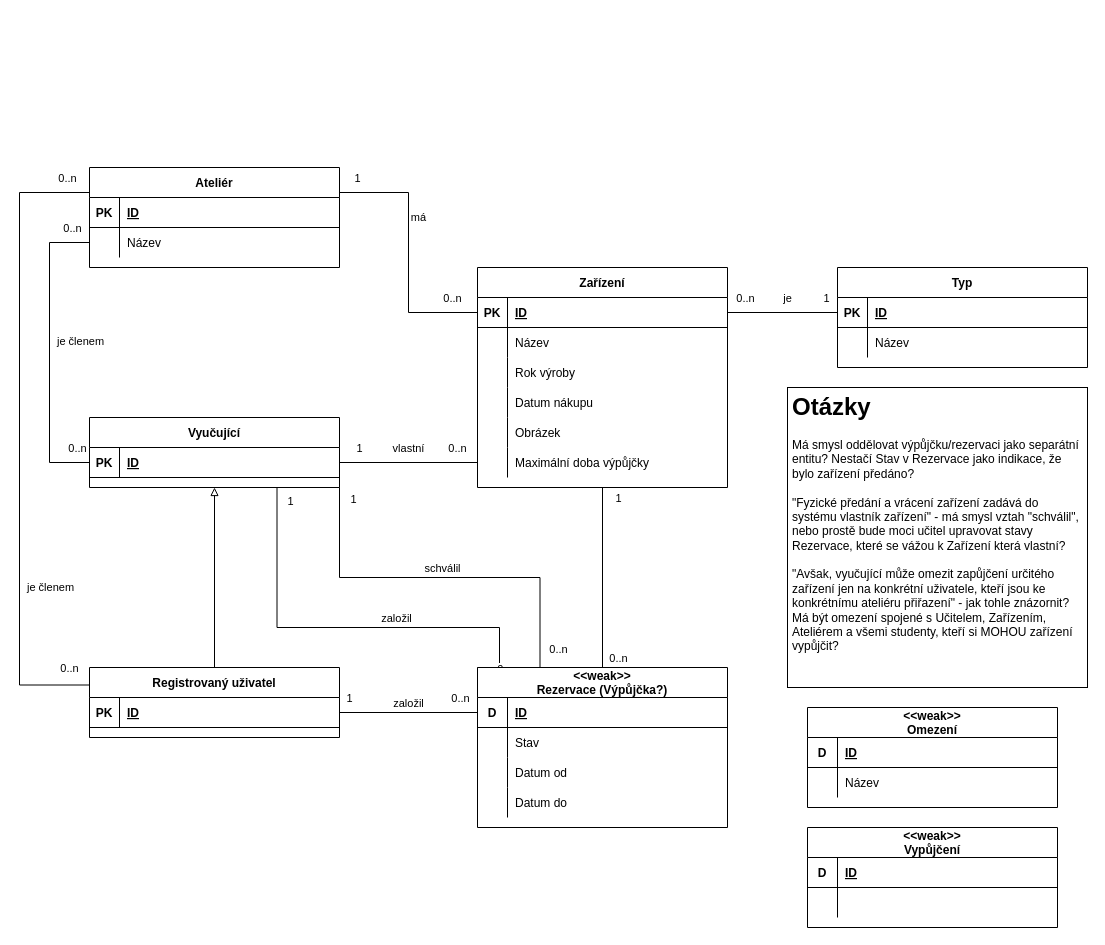
Before: ER.drawio in petr-plihal/is-for-art-school, a draw.io diagram. Source tidied: cells renumbered, new cells numbered last; positions are measured from the earlier drawing's top-left corner, leaving out a move shared by most shapes. Both pictures are drawn from the tidied source at 100%, with x=0, y=0 at pixel (19, 167).
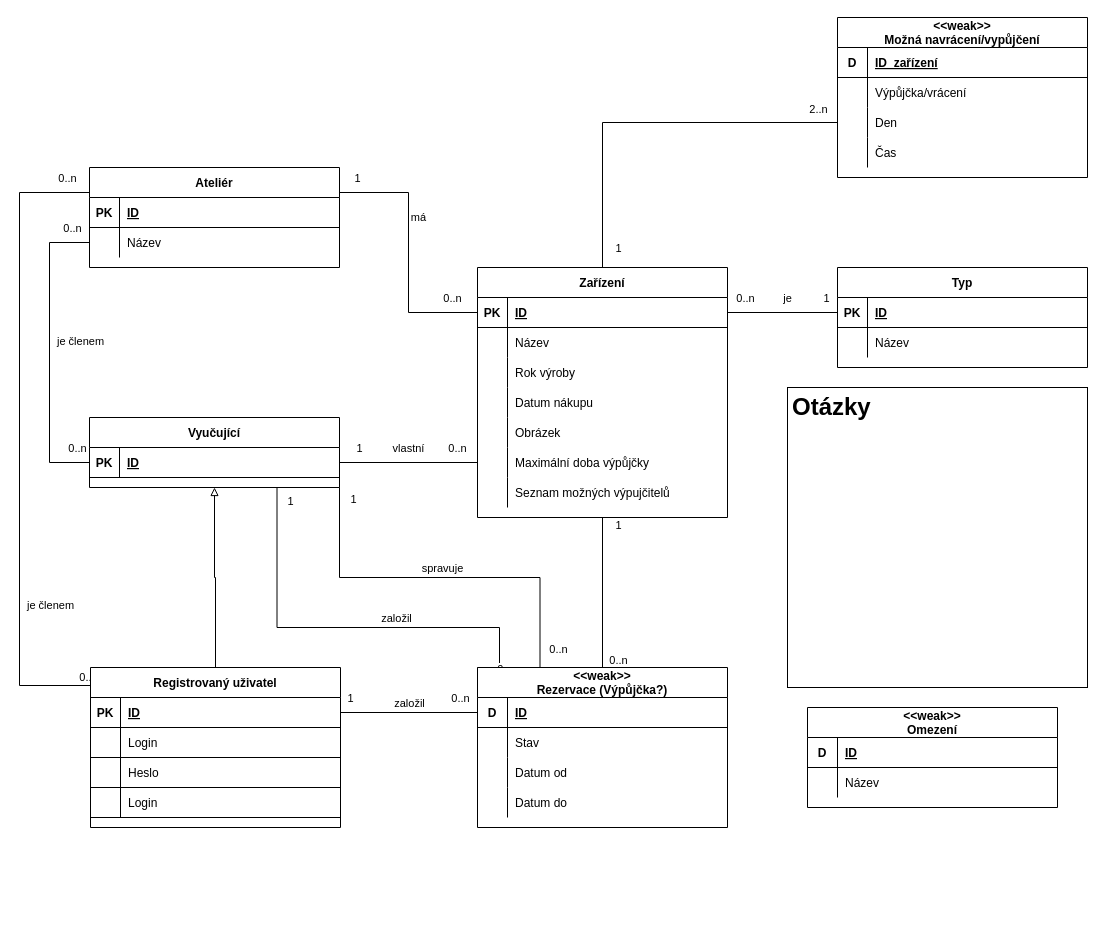
After the change.

The change refers to these unchanged cells:
```xml
<mxCell id="42" style="group;" parent="1" vertex="1">
  <mxGeometry x="768" y="220" width="300" height="300" as="geometry" />
</mxCell>
<mxCell id="65" style="edgeStyle=orthogonalEdgeStyle;rounded=0;jettySize=auto;html=1;exitX=1;exitY=1;exitDx=0;exitDy=0;entryX=0.25;entryY=0;entryDx=0;entryDy=0;strokeWidth=1;endArrow=none;endFill=0;" parent="1" edge="1" source="73" target="89">
  <mxGeometry relative="1" as="geometry" />
</mxCell>
```

Change to the diagram source:
```diff
@@
     <mxCell id="5" value="Zařízení" style="shape=table;startSize=30;childLayout=tableLayout;rowLines=0;fontStyle=1;align=center;" parent="1" vertex="1">
-      <mxGeometry x="458" y="100" width="250" height="220" as="geometry" />
+      <mxGeometry x="458" y="100" width="250" height="250" as="geometry" />
     </mxCell>
@@
+    <mxCell id="110" style="shape=partialRectangle;fillColor=none;top=0;left=0;right=0;bottom=0;" parent="5" vertex="1">
+      <mxGeometry y="210" width="250" height="30" as="geometry" />
+    </mxCell>
+    <mxCell id="111" style="shape=partialRectangle;overflow=hidden;fillColor=none;top=0;left=0;bottom=0;right=0;" parent="110" vertex="1">
+      <mxGeometry width="30" height="30" as="geometry" />
+    </mxCell>
+    <mxCell id="112" value="Seznam možných výpujčitelů" style="shape=partialRectangle;overflow=hidden;fillColor=none;top=0;left=0;bottom=0;right=0;align=left;spacingLeft=6;" parent="110" vertex="1">
+      <mxGeometry x="30" width="220" height="30" as="geometry" />
+    </mxCell>
@@
-    <mxCell id="44" value="&lt;h1&gt;Otázky&lt;/h1&gt;&lt;span style=&quot;text-align: center; background-color: rgb(255, 255, 255);&quot;&gt;Má smysl oddělovat výpůjčku/rezervaci jako separátní entitu? Nestačí Stav v Rezervace jako indikace, že bylo zařízení předáno?&lt;br&gt;&lt;br&gt;&quot;Fyzické předání a vrácení zařízení zadává do systému vlastník zařízení&quot; - má smysl vztah &quot;schválil&quot;, nebo prostě bude moci učitel upravovat stavy Rezervace, které se vážou k Zařízení která vlastní?&lt;br&gt;&lt;br&gt;&quot;Avšak, vyučující může omezit zapůjčení určitého zařízení jen na konkrétní uživatele, kteří jsou ke konkrétnímu ateliéru přiřazení&quot; - jak tohle znázornit? Má být omezení spojené s Učitelem, Zařízením, Ateliérem a všemi studenty, kteří si MOHOU zařízení vypůjčit?&lt;br&gt;&lt;/span&gt;" style="text;html=1;strokeColor=none;fillColor=none;spacing=5;spacingTop=-20;whiteSpace=wrap;overflow=hidden;rounded=0;" parent="42" vertex="1">
+    <mxCell id="44" value="&lt;h1&gt;Otázky&lt;/h1&gt;&lt;span style=&quot;text-align: center; background-color: rgb(255, 255, 255);&quot;&gt;&lt;br&gt;&lt;/span&gt;" style="text;html=1;strokeColor=none;fillColor=none;spacing=5;spacingTop=-20;whiteSpace=wrap;overflow=hidden;rounded=0;" parent="42" vertex="1">
       <mxGeometry width="300" height="300" as="geometry" />
     </mxCell>
-    <mxCell id="45" value="&lt;&lt;weak&gt;&gt;&#10;Vypůjčení" style="shape=table;startSize=30;childLayout=tableLayout;rowLines=0;fontStyle=1;align=center;" parent="1" vertex="1">
-      <mxGeometry x="788" y="660" width="250" height="100" as="geometry" />
-    </mxCell>
-    <mxCell id="46" style="shape=partialRectangle;fillColor=none;top=0;left=0;right=0;bottom=1;" parent="45" vertex="1">
-      <mxGeometry y="30" width="250" height="30" as="geometry" />
-    </mxCell>
-    <mxCell id="47" value="D" style="shape=partialRectangle;overflow=hidden;fillColor=none;top=0;left=0;bottom=0;right=0;fontStyle=1;" parent="46" vertex="1">
-      <mxGeometry width="30" height="30" as="geometry" />
-    </mxCell>
-    <mxCell id="48" value="ID" style="shape=partialRectangle;overflow=hidden;fillColor=none;top=0;left=0;bottom=0;right=0;align=left;spacingLeft=6;fontStyle=5;" parent="46" vertex="1">
-      <mxGeometry x="30" width="220" height="30" as="geometry" />
-    </mxCell>
-    <mxCell id="49" style="shape=partialRectangle;fillColor=none;top=0;left=0;right=0;bottom=0;" parent="45" vertex="1">
-      <mxGeometry y="60" width="250" height="30" as="geometry" />
-    </mxCell>
-    <mxCell id="50" style="shape=partialRectangle;overflow=hidden;fillColor=none;top=0;left=0;bottom=0;right=0;" parent="49" vertex="1">
-      <mxGeometry width="30" height="30" as="geometry" />
-    </mxCell>
-    <mxCell id="51" style="shape=partialRectangle;overflow=hidden;fillColor=none;top=0;left=0;bottom=0;right=0;align=left;spacingLeft=6;" parent="49" vertex="1">
-      <mxGeometry x="30" width="220" height="30" as="geometry" />
-    </mxCell>
@@
     <mxCell id="57" value="Registrovaný uživatel" style="shape=table;startSize=30;childLayout=tableLayout;rowLines=0;fontStyle=1;align=center;" parent="1" vertex="1">
-      <mxGeometry x="70" y="500" width="250" height="70" as="geometry" />
+      <mxGeometry x="71" y="500" width="250" height="160" as="geometry" />
     </mxCell>
@@
+    <mxCell id="113" style="shape=partialRectangle;fillColor=none;top=0;left=0;right=0;bottom=1;" parent="57" vertex="1">
+      <mxGeometry y="60" width="250" height="30" as="geometry" />
+    </mxCell>
+    <mxCell id="114" style="shape=partialRectangle;overflow=hidden;fillColor=none;top=0;left=0;bottom=0;right=0;fontStyle=1;" parent="113" vertex="1">
+      <mxGeometry width="30" height="30" as="geometry" />
+    </mxCell>
+    <mxCell id="115" value="Login" style="shape=partialRectangle;overflow=hidden;fillColor=none;top=0;left=0;bottom=0;right=0;align=left;spacingLeft=6;fontStyle=0;" parent="113" vertex="1">
+      <mxGeometry x="30" width="220" height="30" as="geometry" />
+    </mxCell>
+    <mxCell id="116" style="shape=partialRectangle;fillColor=none;top=0;left=0;right=0;bottom=1;" parent="57" vertex="1">
+      <mxGeometry y="90" width="250" height="30" as="geometry" />
+    </mxCell>
+    <mxCell id="117" style="shape=partialRectangle;overflow=hidden;fillColor=none;top=0;left=0;bottom=0;right=0;fontStyle=1;" parent="116" vertex="1">
+      <mxGeometry width="30" height="30" as="geometry" />
+    </mxCell>
+    <mxCell id="118" value="Heslo" style="shape=partialRectangle;overflow=hidden;fillColor=none;top=0;left=0;bottom=0;right=0;align=left;spacingLeft=6;fontStyle=0;" parent="116" vertex="1">
+      <mxGeometry x="30" width="220" height="30" as="geometry" />
+    </mxCell>
+    <mxCell id="119" style="shape=partialRectangle;fillColor=none;top=0;left=0;right=0;bottom=1;" parent="57" vertex="1">
+      <mxGeometry y="120" width="250" height="30" as="geometry" />
+    </mxCell>
+    <mxCell id="120" style="shape=partialRectangle;overflow=hidden;fillColor=none;top=0;left=0;bottom=0;right=0;fontStyle=1;" parent="119" vertex="1">
+      <mxGeometry width="30" height="30" as="geometry" />
+    </mxCell>
+    <mxCell id="121" value="Login" style="shape=partialRectangle;overflow=hidden;fillColor=none;top=0;left=0;bottom=0;right=0;align=left;spacingLeft=6;fontStyle=0;" parent="119" vertex="1">
+      <mxGeometry x="30" width="220" height="30" as="geometry" />
+    </mxCell>
@@
-    <mxCell id="66" value="schválil" style="edgeLabel;html=1;align=center;verticalAlign=middle;" parent="65" vertex="1">
+    <mxCell id="66" value="spravuje" style="edgeLabel;html=1;align=center;verticalAlign=middle;" parent="65" vertex="1">
       <mxGeometry x="-0.04" y="-1" relative="1" as="geometry">
         <mxPoint x="9" y="-11" as="offset" />
       </mxGeometry>
     </mxCell>
@@
+    <mxCell id="122" value="&lt;&lt;weak&gt;&gt;&#10;Možná navrácení/vypůjčení" style="shape=table;startSize=30;childLayout=tableLayout;rowLines=0;fontStyle=1;align=center;" parent="1" vertex="1">
+      <mxGeometry x="818" y="-150" width="250" height="160" as="geometry" />
+    </mxCell>
+    <mxCell id="46" style="shape=partialRectangle;fillColor=none;top=0;left=0;right=0;bottom=1;" parent="122" vertex="1">
+      <mxGeometry y="30" width="250" height="30" as="geometry" />
+    </mxCell>
+    <mxCell id="47" value="D" style="shape=partialRectangle;overflow=hidden;fillColor=none;top=0;left=0;bottom=0;right=0;fontStyle=1;" parent="46" vertex="1">
+      <mxGeometry width="30" height="30" as="geometry" />
+    </mxCell>
+    <mxCell id="123" value="ID_zařízení" style="shape=partialRectangle;overflow=hidden;fillColor=none;top=0;left=0;bottom=0;right=0;align=left;spacingLeft=6;fontStyle=5;" parent="46" vertex="1">
+      <mxGeometry x="30" width="220" height="30" as="geometry" />
+    </mxCell>
+    <mxCell id="49" style="shape=partialRectangle;fillColor=none;top=0;left=0;right=0;bottom=0;" parent="122" vertex="1">
+      <mxGeometry y="60" width="250" height="30" as="geometry" />
+    </mxCell>
+    <mxCell id="124" style="shape=partialRectangle;overflow=hidden;fillColor=none;top=0;left=0;bottom=0;right=0;" parent="49" vertex="1">
+      <mxGeometry width="30" height="30" as="geometry" />
+    </mxCell>
+    <mxCell id="125" value="Výpůjčka/vrácení" style="shape=partialRectangle;overflow=hidden;fillColor=none;top=0;left=0;bottom=0;right=0;align=left;spacingLeft=6;" parent="49" vertex="1">
+      <mxGeometry x="30" width="220" height="30" as="geometry" />
+    </mxCell>
+    <mxCell id="126" style="shape=partialRectangle;fillColor=none;points=[[0,0.5],[1,0.5]];portConstraint=eastwest;top=0;left=0;right=0;bottom=0;" parent="122" vertex="1">
+      <mxGeometry y="90" width="250" height="30" as="geometry" />
+    </mxCell>
+    <mxCell id="127" style="shape=partialRectangle;overflow=hidden;fillColor=none;top=0;left=0;bottom=0;right=0;" parent="126" vertex="1">
+      <mxGeometry width="30" height="30" as="geometry" />
+    </mxCell>
+    <mxCell id="128" value="Den" style="shape=partialRectangle;overflow=hidden;fillColor=none;top=0;left=0;bottom=0;right=0;align=left;spacingLeft=6;" parent="126" vertex="1">
+      <mxGeometry x="30" width="220" height="30" as="geometry" />
+    </mxCell>
+    <mxCell id="129" style="shape=partialRectangle;fillColor=none;top=0;left=0;right=0;bottom=0;" parent="122" vertex="1">
+      <mxGeometry y="120" width="250" height="30" as="geometry" />
+    </mxCell>
+    <mxCell id="130" style="shape=partialRectangle;overflow=hidden;fillColor=none;top=0;left=0;bottom=0;right=0;" parent="129" vertex="1">
+      <mxGeometry width="30" height="30" as="geometry" />
+    </mxCell>
+    <mxCell id="131" value="Čas" style="shape=partialRectangle;overflow=hidden;fillColor=none;top=0;left=0;bottom=0;right=0;align=left;spacingLeft=6;" parent="129" vertex="1">
+      <mxGeometry x="30" width="220" height="30" as="geometry" />
+    </mxCell>
+    <mxCell id="132" style="edgeStyle=orthogonalEdgeStyle;rounded=0;jettySize=auto;html=1;exitX=0;exitY=0.5;exitDx=0;exitDy=0;endArrow=none;endFill=0;" parent="1" edge="1" source="126" target="5">
+      <mxGeometry relative="1" as="geometry" />
+    </mxCell>
+    <mxCell id="133" value="2..n" style="edgeLabel;html=1;align=center;verticalAlign=middle;" parent="132" vertex="1">
+      <mxGeometry x="0.84" y="-1" relative="1" as="geometry">
+        <mxPoint x="216" y="-129" as="offset" />
+      </mxGeometry>
+    </mxCell>
+    <mxCell id="134" value="1" style="edgeLabel;html=1;align=center;verticalAlign=middle;" parent="132" vertex="1">
+      <mxGeometry x="-0.82" y="-2" relative="1" as="geometry">
+        <mxPoint x="-186" y="127" as="offset" />
+      </mxGeometry>
+    </mxCell>
```
